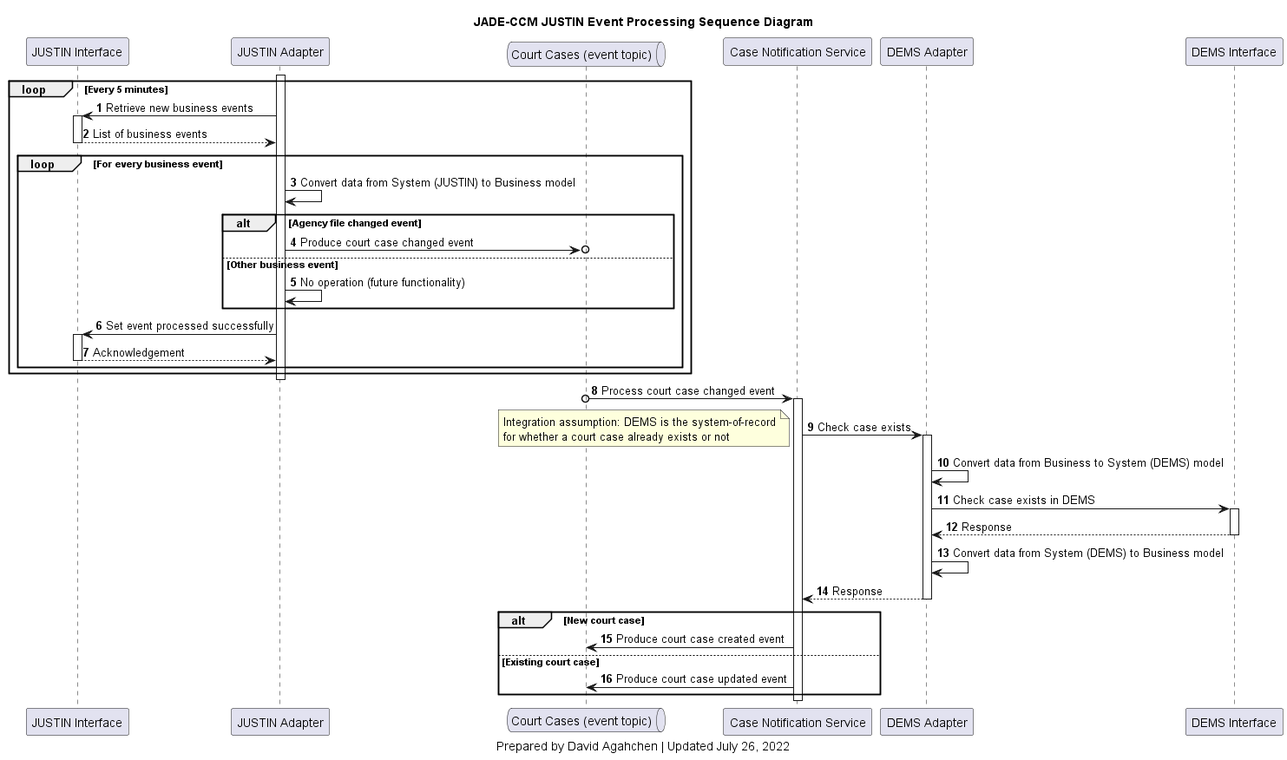
Earlier version of the PlantUML export img/ccm_justin_event_processing_sequence_diagram.png (bcgov/jpss-jade-ccm).
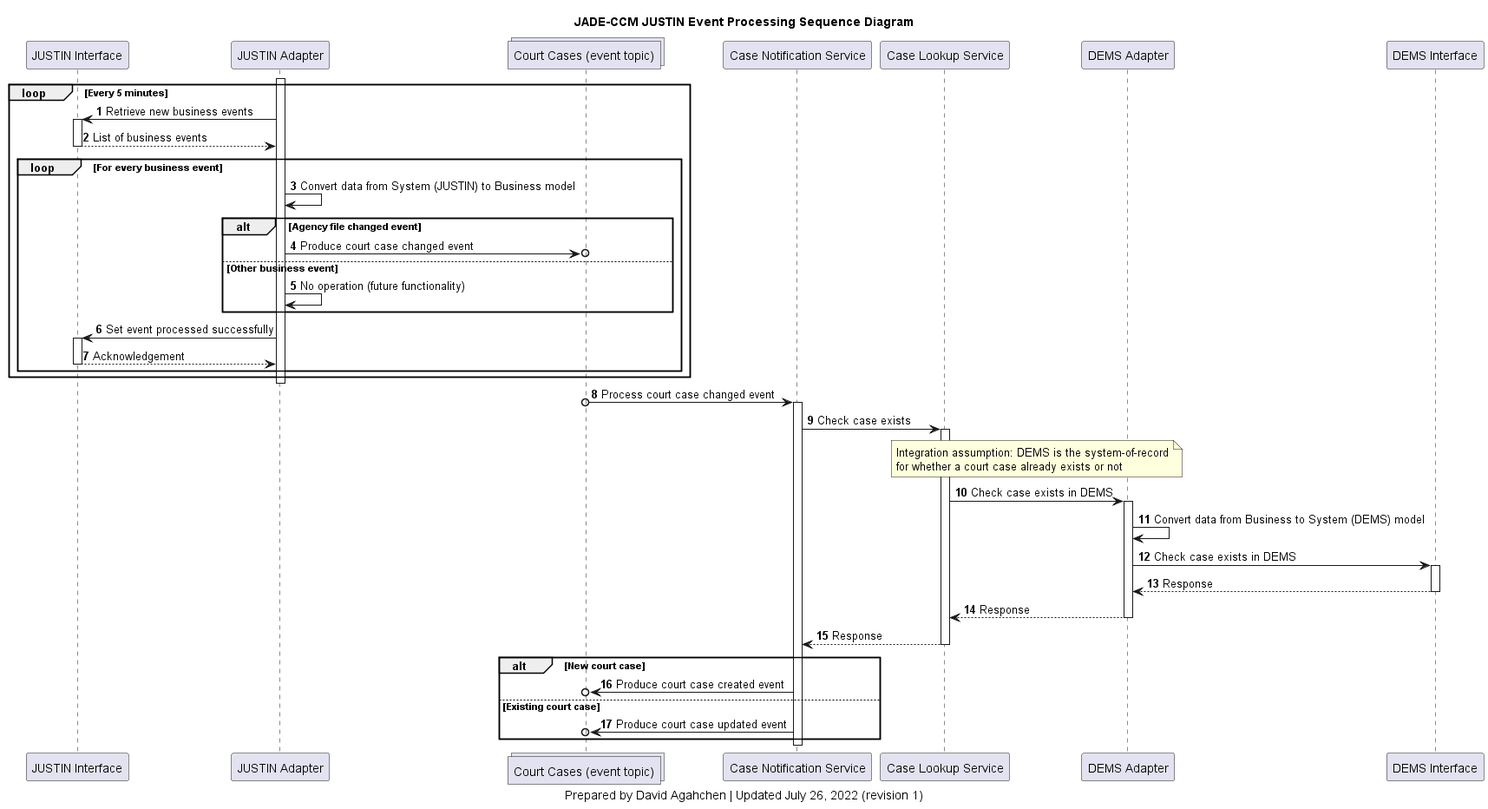
After the commit.

Commit message:
updated sequence diagrams

What changed in the source:
```diff
@@ -1,8 +1,9 @@
 @startuml
 participant j_interface as "JUSTIN Interface"
 participant j_adapter as "JUSTIN Adapter"
-queue court_cases_topic as "Court Cases (event topic)"
+collections court_cases_topic as "Court Cases (event topic)"
 participant case_notification_service as "Case Notification Service"
+participant case_lookup_service as "Case Lookup Service"
 participant d_adapter as "DEMS Adapter"
 participant d_interface as "DEMS Interface"
 
@@ -35,28 +36,31 @@
 
 court_cases_topic o-> case_notification_service: Process court case changed event
 activate case_notification_service
-case_notification_service -> d_adapter: Check case exists
-activate d_adapter
-note left
+case_notification_service -> case_lookup_service: Check case exists
+activate case_lookup_service
+note over case_lookup_service, d_adapter
 Integration assumption: DEMS is the system-of-record
 for whether a court case already exists or not
 end note
+case_lookup_service -> d_adapter: Check case exists in DEMS
+activate d_adapter
 d_adapter -> d_adapter: Convert data from Business to System (DEMS) model
 d_adapter -> d_interface: Check case exists in DEMS
 activate d_interface
 d_interface --> d_adapter: Response
 deactivate d_interface
-d_adapter -> d_adapter: Convert data from System (DEMS) to Business model
-d_adapter --> case_notification_service: Response
+d_adapter --> case_lookup_service: Response
 deactivate d_adapter
+case_lookup_service --> case_notification_service: Response
+deactivate case_lookup_service
 alt New court case
-    case_notification_service -> court_cases_topic: Produce court case created event
+    case_notification_service ->o court_cases_topic: Produce court case created event
 else Existing court case
-    case_notification_service -> court_cases_topic: Produce court case updated event
+    case_notification_service ->o court_cases_topic: Produce court case updated event
 end
 deactivate case_notification_service
 
 caption
-Prepared by David Agahchen | Updated July 26, 2022
+Prepared by David Agahchen | Updated July 26, 2022 (revision 1)
 end caption
 @enduml
```
